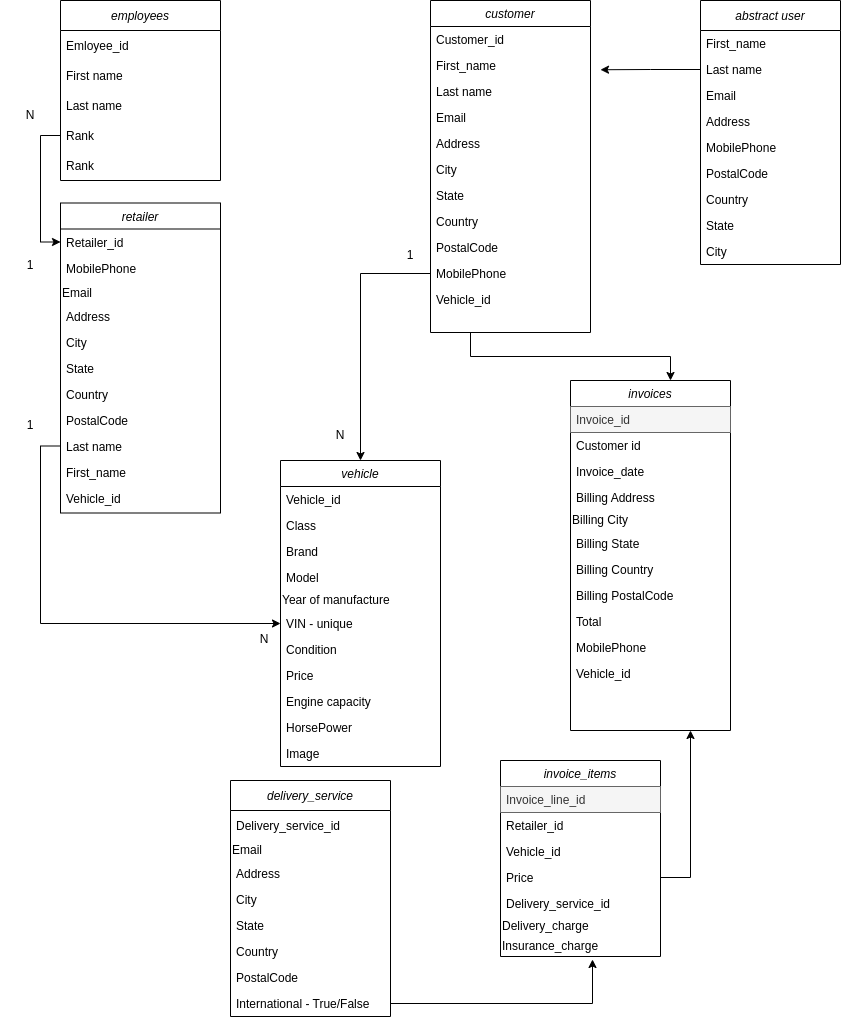
This is docs/diagram.drawio.png from DelDmc/OldTimers, a draw.io export, as it was before one commit. Source tidied: cells renumbered, new cells last; positions are measured from the earlier drawing's top-left corner, leaving out a move shared by most shapes.
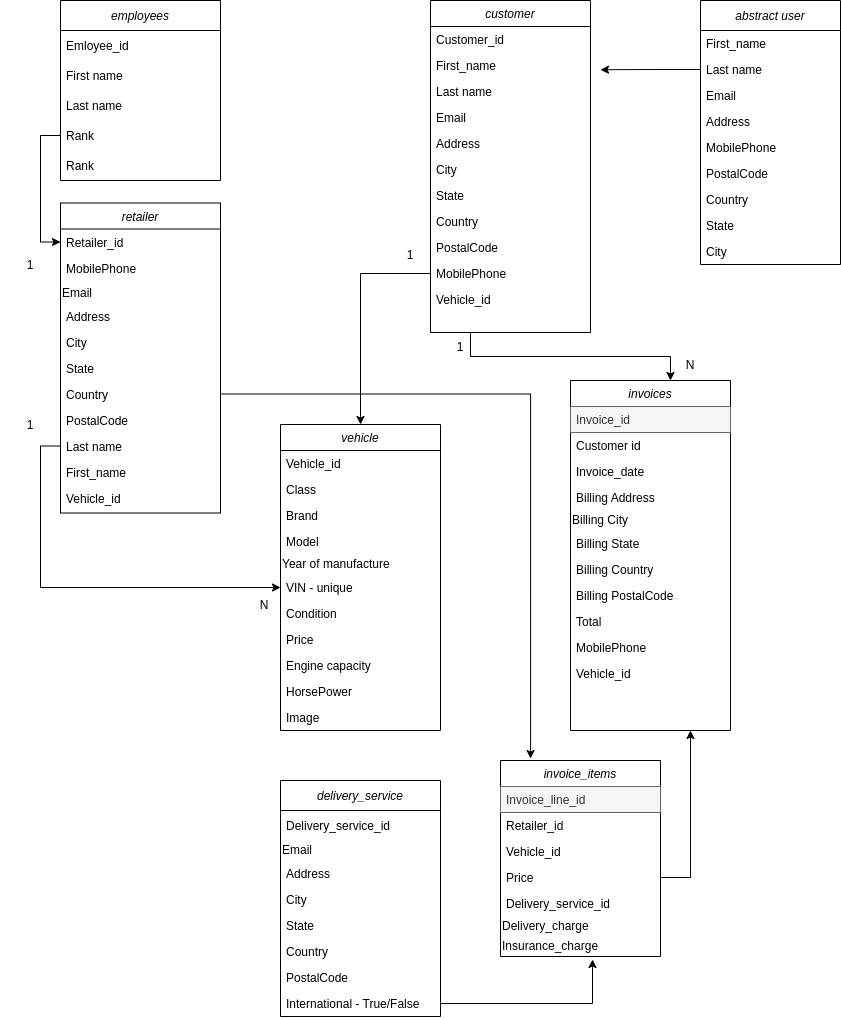
After the commit.

Diff of the diagram source:
```diff
@@ -78,7 +78,7 @@
       <mxGeometry y="282" width="160" height="26" as="geometry" />
     </mxCell>
     <mxCell id="27" value="vehicle" style="swimlane;fontStyle=2;align=center;verticalAlign=top;horizontal=1;startSize=26;rounded=0;shadow=0;strokeWidth=1;" parent="1" vertex="1">
-      <mxGeometry x="280" y="460" width="160" height="306" as="geometry" />
+      <mxGeometry x="280" y="424" width="160" height="306" as="geometry" />
     </mxCell>
     <mxCell id="28" value="Vehicle_id" style="text;align=left;verticalAlign=top;spacingLeft=4;spacingRight=4;overflow=hidden;" parent="27" vertex="1">
       <mxGeometry y="26" width="160" height="26" as="geometry" />
@@ -195,7 +195,7 @@
       <mxGeometry y="180" width="160" as="geometry" />
     </mxCell>
     <mxCell id="66" value="delivery_service" style="swimlane;fontStyle=2;horizontal=1;startSize=30;shadow=0;" parent="1" vertex="1">
-      <mxGeometry x="230" y="780" width="160" height="236" as="geometry" />
+      <mxGeometry x="280" y="780" width="160" height="236" as="geometry" />
     </mxCell>
     <mxCell id="67" value="Delivery_service_id" style="text;strokeColor=none;fillColor=none;align=left;verticalAlign=middle;spacingLeft=4;spacingRight=4;overflow=hidden;shadow=0;" parent="66" vertex="1">
       <mxGeometry y="30" width="160" height="30" as="geometry" />
@@ -225,7 +225,7 @@
       <mxGeometry relative="1" as="geometry" />
     </mxCell>
     <mxCell id="76" value="N" style="text;html=1;strokeColor=none;fillColor=none;align=center;verticalAlign=middle;whiteSpace=wrap;rounded=0;shadow=0;" parent="1" vertex="1">
-      <mxGeometry y="100" width="60" height="30" as="geometry" />
+      <mxGeometry x="660" y="350" width="60" height="30" as="geometry" />
     </mxCell>
     <mxCell id="77" value="1" style="text;html=1;strokeColor=none;fillColor=none;align=center;verticalAlign=middle;whiteSpace=wrap;rounded=0;shadow=0;" parent="1" vertex="1">
       <mxGeometry y="250" width="60" height="30" as="geometry" />
@@ -234,7 +234,7 @@
       <mxGeometry relative="1" as="geometry" />
     </mxCell>
     <mxCell id="79" value="N" style="text;html=1;strokeColor=none;fillColor=none;align=center;verticalAlign=middle;whiteSpace=wrap;rounded=0;shadow=0;" parent="1" vertex="1">
-      <mxGeometry x="234" y="624" width="60" height="30" as="geometry" />
+      <mxGeometry x="234" y="590" width="60" height="30" as="geometry" />
     </mxCell>
     <mxCell id="80" value="1" style="text;html=1;strokeColor=none;fillColor=none;align=center;verticalAlign=middle;whiteSpace=wrap;rounded=0;shadow=0;" parent="1" vertex="1">
       <mxGeometry y="410" width="60" height="30" as="geometry" />
@@ -245,9 +245,6 @@
     <mxCell id="82" value="1" style="text;html=1;strokeColor=none;fillColor=none;align=center;verticalAlign=middle;whiteSpace=wrap;rounded=0;shadow=0;" parent="1" vertex="1">
       <mxGeometry x="380" y="240" width="60" height="30" as="geometry" />
     </mxCell>
-    <mxCell id="83" value="N" style="text;html=1;strokeColor=none;fillColor=none;align=center;verticalAlign=middle;whiteSpace=wrap;rounded=0;shadow=0;" parent="1" vertex="1">
-      <mxGeometry x="310" y="420" width="60" height="30" as="geometry" />
-    </mxCell>
     <mxCell id="84" style="edgeStyle=orthogonalEdgeStyle;rounded=0;jettySize=auto;html=1;exitX=1;exitY=0.5;exitDx=0;exitDy=0;entryX=0.75;entryY=1;entryDx=0;entryDy=0;" parent="1" edge="1" source="55" target="39">
       <mxGeometry relative="1" as="geometry" />
     </mxCell>
@@ -289,5 +286,11 @@
         <mxPoint x="600" y="69.2" as="targetPoint" />
       </mxGeometry>
     </mxCell>
+    <mxCell id="97" style="edgeStyle=orthogonalEdgeStyle;rounded=0;jettySize=auto;html=1;exitX=1;exitY=0.5;exitDx=0;exitDy=0;entryX=0.188;entryY=-0.01;entryDx=0;entryDy=0;entryPerimeter=0;" parent="1" edge="1" source="22" target="51">
+      <mxGeometry relative="1" as="geometry" />
+    </mxCell>
+    <mxCell id="98" value="1" style="text;html=1;strokeColor=none;fillColor=none;align=center;verticalAlign=middle;whiteSpace=wrap;rounded=0;shadow=0;" parent="1" vertex="1">
+      <mxGeometry x="430" y="332" width="60" height="30" as="geometry" />
+    </mxCell>
   </root>
 </mxGraphModel>
```
